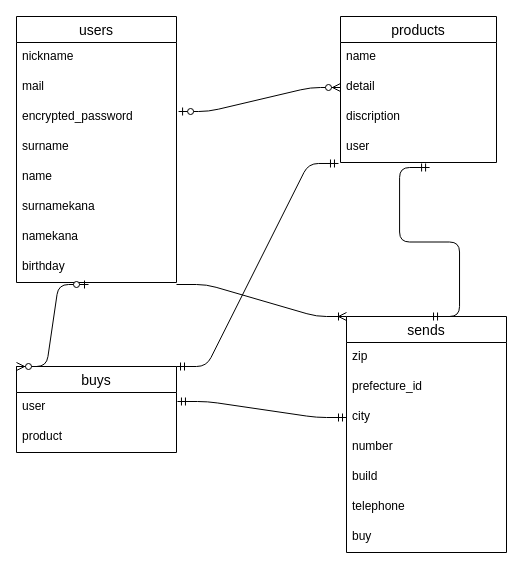
Earlier version of the draw.io diagram er.dio (meipolka831/furima-34958). Source tidied: cells renumbered, new cells numbered last; positions are measured from the earlier drawing's top-left corner, leaving out a move shared by most shapes. Both pictures are drawn from the tidied source at 100%, with x=0, y=0 at pixel (16, 16).
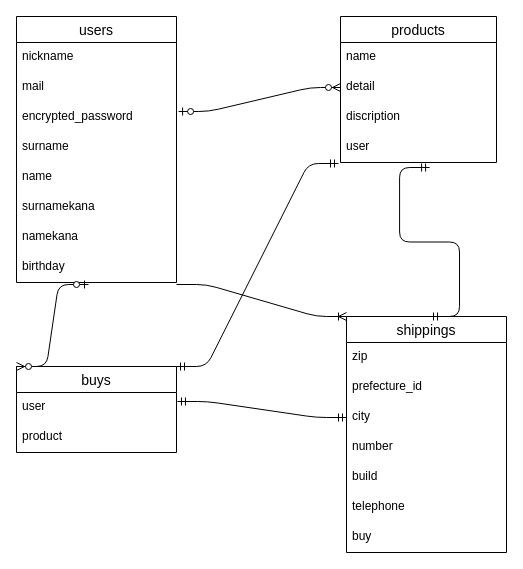
After the change.

Change to the diagram source:
```diff
@@
-    <mxCell id="11" value="sends" style="swimlane;fontStyle=0;horizontal=1;startSize=26;align=center;fontSize=14;" parent="1" vertex="1">
+    <mxCell id="11" value="shippings" style="swimlane;fontStyle=0;horizontal=1;startSize=26;align=center;fontSize=14;" parent="1" vertex="1">
       <mxGeometry x="330" y="300" width="160" height="236" as="geometry" />
     </mxCell>
```
